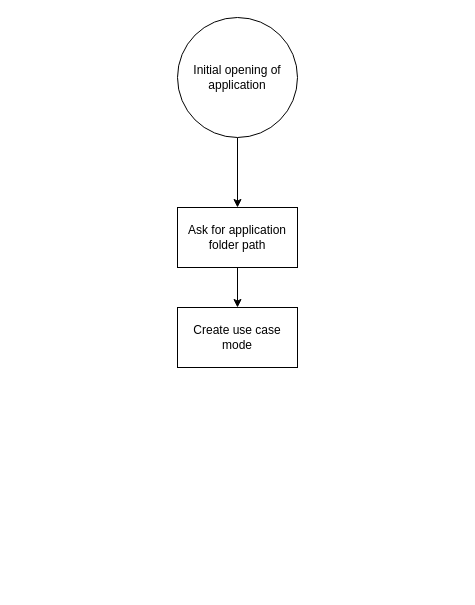
The draw.io diagram openApp.drawio in sohum7/openApp, before the edit. Source tidied: cells renumbered, new cells numbered last; positions are measured from the earlier drawing's top-left corner, leaving out a move shared by most shapes. Both pictures are drawn from the tidied source at 100%, with x=0, y=0 at pixel (177, 17).
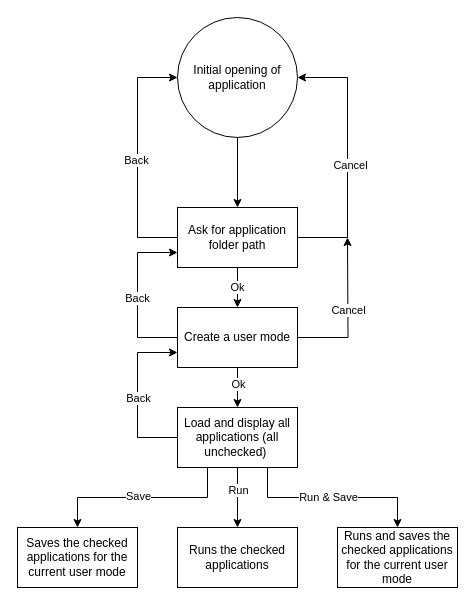
Above is the later version.

The change refers to these unchanged cells:
```xml
<mxCell id="3" value="Initial opening of application" style="ellipse;whiteSpace=wrap;html=1;" parent="1" vertex="1">
  <mxGeometry width="120" height="120" as="geometry" />
</mxCell>
<mxCell id="5" value="Ask for application folder path" style="rounded=0;whiteSpace=wrap;html=1;" parent="1" vertex="1">
  <mxGeometry y="190" width="120" height="60" as="geometry" />
</mxCell>
```

What changed in the source:
```diff
@@
-    <mxCell id="4" style="edgeStyle=orthogonalEdgeStyle;rounded=0;jettySize=auto;html=1;exitX=0.5;exitY=1;exitDx=0;exitDy=0;entryX=0.5;entryY=0;entryDx=0;entryDy=0;" parent="1" edge="1" source="5" target="6">
+    <mxCell id="4" value="Ok" style="edgeStyle=orthogonalEdgeStyle;rounded=0;jettySize=auto;html=1;exitX=0.5;exitY=1;exitDx=0;exitDy=0;entryX=0.5;entryY=0;entryDx=0;entryDy=0;" parent="1" edge="1" source="5" target="6">
       <mxGeometry relative="1" as="geometry" />
     </mxCell>
+    <mxCell id="7" style="edgeStyle=orthogonalEdgeStyle;rounded=0;jettySize=auto;html=1;exitX=1;exitY=0.5;exitDx=0;exitDy=0;entryX=1;entryY=0.5;entryDx=0;entryDy=0;" parent="1" edge="1" source="5" target="3">
+      <mxGeometry relative="1" as="geometry">
+        <Array as="points">
+          <mxPoint x="170" y="220" />
+          <mxPoint x="170" y="60" />
+        </Array>
+      </mxGeometry>
+    </mxCell>
+    <mxCell id="8" value="Cancel" style="edgeLabel;html=1;align=center;verticalAlign=middle;" parent="7" vertex="1">
+      <mxGeometry x="-0.24" y="-2" relative="1" as="geometry">
+        <mxPoint y="-24" as="offset" />
+      </mxGeometry>
+    </mxCell>
+    <mxCell id="9" style="edgeStyle=orthogonalEdgeStyle;rounded=0;jettySize=auto;html=1;exitX=0;exitY=0.5;exitDx=0;exitDy=0;entryX=0;entryY=0.5;entryDx=0;entryDy=0;" parent="1" edge="1" source="5" target="3">
+      <mxGeometry relative="1" as="geometry">
+        <Array as="points">
+          <mxPoint x="-40" y="220" />
+          <mxPoint x="-40" y="60" />
+        </Array>
+      </mxGeometry>
+    </mxCell>
+    <mxCell id="10" value="Back" style="edgeLabel;html=1;align=center;verticalAlign=middle;" parent="9" vertex="1">
+      <mxGeometry x="0.42" y="2" relative="1" as="geometry">
+        <mxPoint y="52" as="offset" />
+      </mxGeometry>
+    </mxCell>
@@
+    <mxCell id="11" style="edgeStyle=orthogonalEdgeStyle;rounded=0;jettySize=auto;html=1;exitX=0.5;exitY=1;exitDx=0;exitDy=0;entryX=0.5;entryY=0;entryDx=0;entryDy=0;" parent="1" edge="1" source="6" target="25">
+      <mxGeometry relative="1" as="geometry" />
+    </mxCell>
+    <mxCell id="12" value="Ok" style="edgeLabel;html=1;align=center;verticalAlign=middle;" parent="11" vertex="1">
+      <mxGeometry x="-0.2" y="3" relative="1" as="geometry">
+        <mxPoint x="-3" as="offset" />
+      </mxGeometry>
+    </mxCell>
+    <mxCell id="13" style="edgeStyle=orthogonalEdgeStyle;rounded=0;jettySize=auto;html=1;exitX=1;exitY=0.5;exitDx=0;exitDy=0;" parent="1" edge="1" source="6">
+      <mxGeometry relative="1" as="geometry">
+        <mxPoint x="170" y="220" as="targetPoint" />
+      </mxGeometry>
+    </mxCell>
+    <mxCell id="14" value="Cancel" style="edgeLabel;html=1;align=center;verticalAlign=middle;" parent="13" vertex="1">
+      <mxGeometry x="0.04" relative="1" as="geometry" />
+    </mxCell>
+    <mxCell id="15" style="edgeStyle=orthogonalEdgeStyle;rounded=0;jettySize=auto;html=1;exitX=0;exitY=0.5;exitDx=0;exitDy=0;entryX=0;entryY=0.75;entryDx=0;entryDy=0;" parent="1" edge="1" source="6" target="5">
+      <mxGeometry relative="1" as="geometry">
+        <Array as="points">
+          <mxPoint x="-40" y="320" />
+          <mxPoint x="-40" y="235" />
+        </Array>
+      </mxGeometry>
+    </mxCell>
+    <mxCell id="16" value="Back" style="edgeLabel;html=1;align=center;verticalAlign=middle;" parent="15" vertex="1">
+      <mxGeometry x="-0.25" y="1" relative="1" as="geometry">
+        <mxPoint y="-18" as="offset" />
+      </mxGeometry>
+    </mxCell>
-    <mxCell id="6" value="Create use case mode" style="rounded=0;whiteSpace=wrap;html=1;" parent="1" vertex="1">
+    <mxCell id="6" value="Create a user mode" style="rounded=0;whiteSpace=wrap;html=1;" parent="1" vertex="1">
       <mxGeometry y="290" width="120" height="60" as="geometry" />
     </mxCell>
+    <mxCell id="17" style="edgeStyle=orthogonalEdgeStyle;rounded=0;jettySize=auto;html=1;exitX=0;exitY=0.5;exitDx=0;exitDy=0;entryX=0;entryY=0.75;entryDx=0;entryDy=0;" parent="1" edge="1" source="25" target="6">
+      <mxGeometry relative="1" as="geometry">
+        <Array as="points">
+          <mxPoint x="-40" y="420" />
+          <mxPoint x="-40" y="335" />
+        </Array>
+      </mxGeometry>
+    </mxCell>
+    <mxCell id="18" value="Back" style="edgeLabel;html=1;align=center;verticalAlign=middle;" parent="17" vertex="1">
+      <mxGeometry x="-0.1" y="-3" relative="1" as="geometry">
+        <mxPoint x="-3" y="-6" as="offset" />
+      </mxGeometry>
+    </mxCell>
+    <mxCell id="19" style="edgeStyle=orthogonalEdgeStyle;rounded=0;jettySize=auto;html=1;exitX=0.25;exitY=1;exitDx=0;exitDy=0;entryX=0.5;entryY=0;entryDx=0;entryDy=0;" parent="1" edge="1" source="25" target="26">
+      <mxGeometry relative="1" as="geometry" />
+    </mxCell>
+    <mxCell id="20" value="Save" style="edgeLabel;html=1;align=center;verticalAlign=middle;" parent="19" vertex="1">
+      <mxGeometry x="-0.13" y="-2" relative="1" as="geometry">
+        <mxPoint x="-17" as="offset" />
+      </mxGeometry>
+    </mxCell>
+    <mxCell id="21" style="edgeStyle=orthogonalEdgeStyle;rounded=0;jettySize=auto;html=1;" parent="1" edge="1" source="25" target="27">
+      <mxGeometry relative="1" as="geometry" />
+    </mxCell>
+    <mxCell id="22" value="Run" style="edgeLabel;html=1;align=center;verticalAlign=middle;" parent="21" vertex="1">
+      <mxGeometry x="-0.27" relative="1" as="geometry" />
+    </mxCell>
+    <mxCell id="23" style="edgeStyle=orthogonalEdgeStyle;rounded=0;jettySize=auto;html=1;exitX=0.75;exitY=1;exitDx=0;exitDy=0;" parent="1" edge="1" source="25" target="28">
+      <mxGeometry relative="1" as="geometry" />
+    </mxCell>
+    <mxCell id="24" value="Run &amp;amp; Save" style="edgeLabel;html=1;align=center;verticalAlign=middle;" parent="23" vertex="1">
+      <mxGeometry x="-0.45" y="1" relative="1" as="geometry">
+        <mxPoint x="38" as="offset" />
+      </mxGeometry>
+    </mxCell>
+    <mxCell id="25" value="Load and display all applications (all unchecked)&amp;nbsp;" style="rounded=0;whiteSpace=wrap;html=1;" parent="1" vertex="1">
+      <mxGeometry y="390" width="120" height="60" as="geometry" />
+    </mxCell>
+    <mxCell id="26" value="Saves the checked applications for the current user mode" style="whiteSpace=wrap;html=1;rounded=0;" parent="1" vertex="1">
+      <mxGeometry x="-160" y="510" width="120" height="60" as="geometry" />
+    </mxCell>
+    <mxCell id="27" value="Runs the checked applications" style="whiteSpace=wrap;html=1;rounded=0;" parent="1" vertex="1">
+      <mxGeometry y="510" width="120" height="60" as="geometry" />
+    </mxCell>
+    <mxCell id="28" value="Runs and saves the checked applications for the current user mode" style="rounded=0;whiteSpace=wrap;html=1;" parent="1" vertex="1">
+      <mxGeometry x="160" y="510" width="120" height="60" as="geometry" />
+    </mxCell>
```
